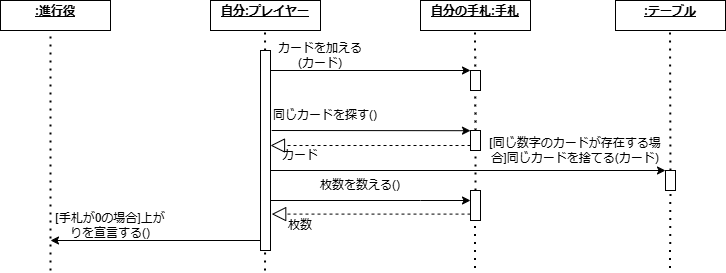
Before: work6-6.drawio.png, a diagram exported from draw.io (kenboasakura/why_java). Source tidied: cells renumbered, new cells last; positions are measured from the earlier drawing's top-left corner, leaving out a move shared by most shapes.
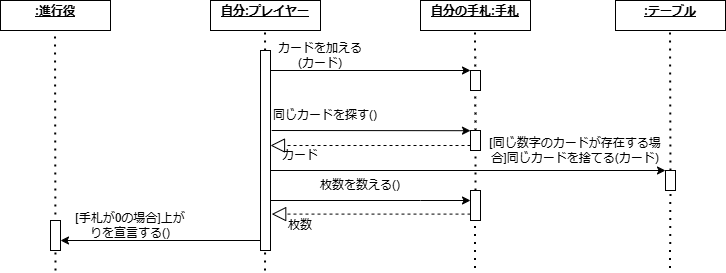
After the change.

What changed in the source:
```diff
@@ -10,8 +10,8 @@
     </mxCell>
     <mxCell id="3" style="endArrow=none;dashed=1;html=1;dashPattern=1 3;strokeWidth=2;rounded=0;" parent="1" edge="1">
       <mxGeometry relative="1" as="geometry">
-        <mxPoint x="50" y="270" as="sourcePoint" />
-        <mxPoint x="50" y="30" as="targetPoint" />
+        <mxPoint x="55" y="270" as="sourcePoint" />
+        <mxPoint x="54.5" y="30" as="targetPoint" />
       </mxGeometry>
     </mxCell>
     <mxCell id="4" style="endArrow=none;dashed=1;html=1;dashPattern=1 3;strokeWidth=2;rounded=0;" parent="1" edge="1" source="11">
@@ -54,14 +54,13 @@
     <mxCell id="11" style="rounded=0;whiteSpace=wrap;html=1;" parent="1" vertex="1">
       <mxGeometry x="260" y="50" width="10" height="200" as="geometry" />
     </mxCell>
-    <mxCell id="12" style="endArrow=classic;html=1;rounded=0;" parent="1" edge="1">
+    <mxCell id="12" style="endArrow=classic;html=1;rounded=0;" parent="1" edge="1" source="35">
       <mxGeometry relative="1" as="geometry">
-        <mxPoint x="260" y="240" as="sourcePoint" />
         <mxPoint x="50" y="240" as="targetPoint" />
       </mxGeometry>
     </mxCell>
     <mxCell id="13" value="[手札が0の場合]上がりを宣言する()" style="text;html=1;align=center;verticalAlign=middle;whiteSpace=wrap;rounded=0;" parent="1" vertex="1">
-      <mxGeometry x="50" y="210" width="120" height="30" as="geometry" />
+      <mxGeometry x="70" y="210" width="120" height="30" as="geometry" />
     </mxCell>
     <mxCell id="14" style="rounded=0;whiteSpace=wrap;html=1;" parent="1" vertex="1">
       <mxGeometry x="470" y="70" width="10" height="20" as="geometry" />
@@ -138,5 +137,13 @@
     <mxCell id="33" value="&lt;p style=&quot;margin:0px;margin-top:4px;text-align:center;text-decoration:underline;&quot;&gt;&lt;b&gt;:テーブル&lt;/b&gt;&lt;/p&gt;" style="verticalAlign=top;align=left;overflow=fill;html=1;whiteSpace=wrap;" parent="1" vertex="1">
       <mxGeometry x="615" width="110" height="30" as="geometry" />
     </mxCell>
+    <mxCell id="34" style="endArrow=classic;html=1;rounded=0;" parent="1" edge="1" target="35">
+      <mxGeometry relative="1" as="geometry">
+        <mxPoint x="260" y="240" as="sourcePoint" />
+      </mxGeometry>
+    </mxCell>
+    <mxCell id="35" style="html=1;points=[[0,0,0,0,5],[0,1,0,0,-5],[1,0,0,0,5],[1,1,0,0,-5]];perimeter=orthogonalPerimeter;outlineConnect=0;targetShapes=umlLifeline;portConstraint=eastwest;newEdgeStyle={&quot;curved&quot;:0,&quot;rounded&quot;:0};" parent="1" vertex="1">
+      <mxGeometry x="50" y="220" width="10" height="30" as="geometry" />
+    </mxCell>
   </root>
 </mxGraphModel>
```
